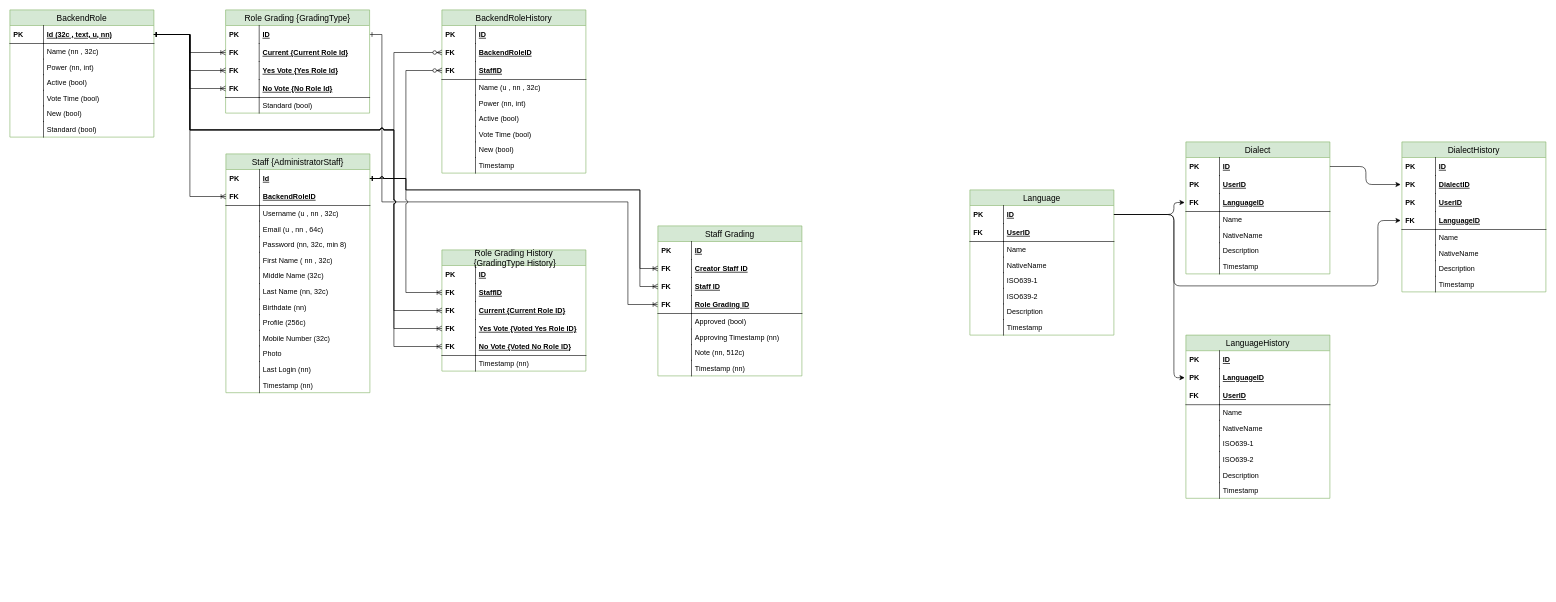
Earlier version of the draw.io diagram docs/Database Diagram.drawio (kosartofiq/Kurdish-Language). Source tidied: cells renumbered, new cells numbered last; positions are measured from the earlier drawing's top-left corner, leaving out a move shared by most shapes. Both pictures are drawn from the tidied source at 60%, with x=0, y=0 at pixel (10, 10).
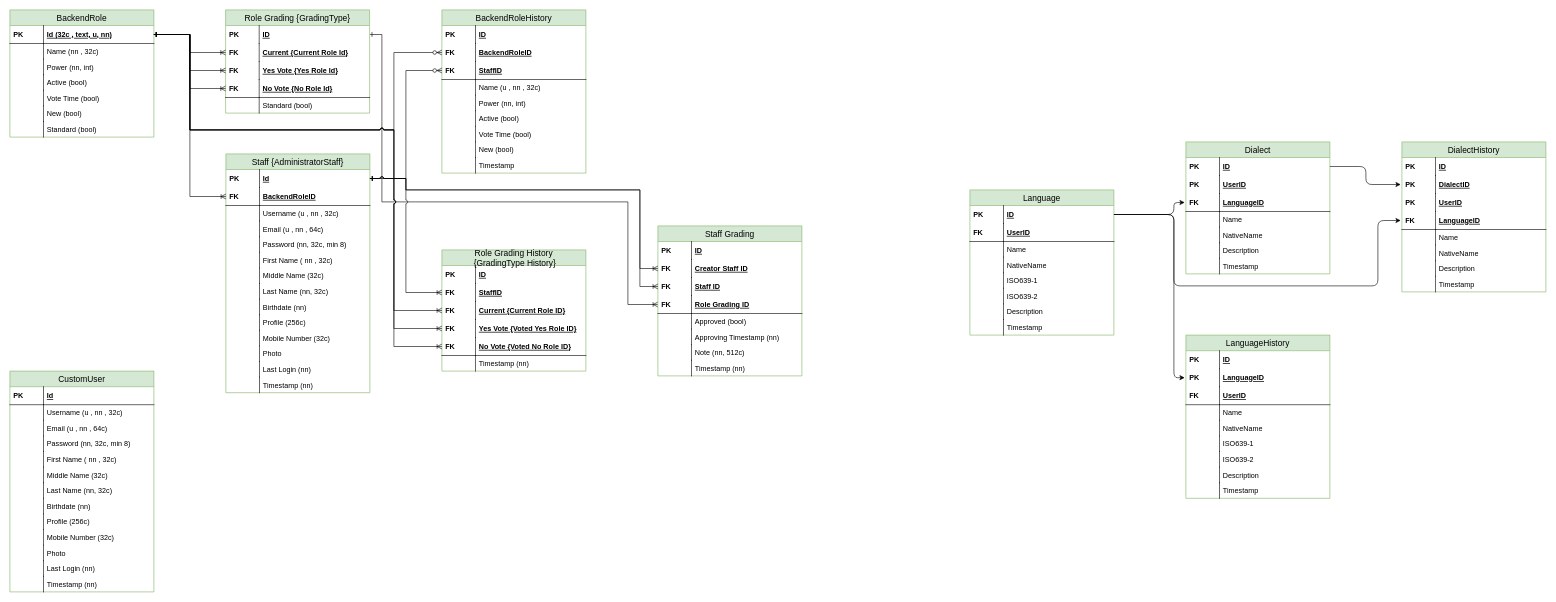
The same page after the edit.

Diff of the diagram source:
```diff
@@
+    <mxCell id="191" value="CustomUser" style="swimlane;fontStyle=0;horizontal=1;startSize=26;fillColor=#d5e8d4;swimlaneFillColor=#ffffff;align=center;fontSize=14;strokeColor=#82b366;" parent="1" vertex="1">
+      <mxGeometry y="602" width="240" height="368" as="geometry" />
+    </mxCell>
+    <mxCell id="192" value="Id" style="shape=partialRectangle;top=0;left=0;right=0;bottom=1;align=left;verticalAlign=middle;fillColor=none;spacingLeft=60;spacingRight=4;overflow=hidden;fontStyle=5;fontSize=12;" parent="191" vertex="1">
+      <mxGeometry y="26" width="240" height="30" as="geometry" />
+    </mxCell>
+    <mxCell id="193" value="PK" style="shape=partialRectangle;fontStyle=1;top=0;left=0;bottom=0;fillColor=none;align=left;verticalAlign=middle;spacingLeft=4;spacingRight=4;overflow=hidden;fontSize=12;" parent="192" vertex="1">
+      <mxGeometry width="56" height="30" as="geometry" />
+    </mxCell>
+    <mxCell id="194" value="Username (u , nn , 32c)" style="shape=partialRectangle;top=0;left=0;right=0;bottom=0;align=left;verticalAlign=top;fillColor=none;spacingLeft=60;spacingRight=4;overflow=hidden;fontSize=12;" parent="191" vertex="1">
+      <mxGeometry y="56" width="240" height="26" as="geometry" />
+    </mxCell>
+    <mxCell id="195" style="shape=partialRectangle;top=0;left=0;bottom=0;fillColor=none;align=left;verticalAlign=top;spacingLeft=4;spacingRight=4;overflow=hidden;fontSize=12;" parent="194" vertex="1">
+      <mxGeometry width="56" height="26" as="geometry" />
+    </mxCell>
+    <mxCell id="196" value="Email (u , nn , 64c)" style="shape=partialRectangle;top=0;left=0;right=0;bottom=0;align=left;verticalAlign=top;fillColor=none;spacingLeft=60;spacingRight=4;overflow=hidden;fontSize=12;" parent="191" vertex="1">
+      <mxGeometry y="82" width="240" height="26" as="geometry" />
+    </mxCell>
+    <mxCell id="197" style="shape=partialRectangle;top=0;left=0;bottom=0;fillColor=none;align=left;verticalAlign=top;spacingLeft=4;spacingRight=4;overflow=hidden;fontSize=12;" parent="196" vertex="1">
+      <mxGeometry width="56" height="26" as="geometry" />
+    </mxCell>
+    <mxCell id="198" value="Password (nn, 32c, min 8)" style="shape=partialRectangle;top=0;left=0;right=0;bottom=0;align=left;verticalAlign=top;fillColor=none;spacingLeft=60;spacingRight=4;overflow=hidden;fontSize=12;" parent="191" vertex="1">
+      <mxGeometry y="108" width="240" height="26" as="geometry" />
+    </mxCell>
+    <mxCell id="199" style="shape=partialRectangle;top=0;left=0;bottom=0;fillColor=none;align=left;verticalAlign=top;spacingLeft=4;spacingRight=4;overflow=hidden;fontSize=12;" parent="198" vertex="1">
+      <mxGeometry width="56" height="26" as="geometry" />
+    </mxCell>
+    <mxCell id="200" value="First Name ( nn , 32c)" style="shape=partialRectangle;top=0;left=0;right=0;bottom=0;align=left;verticalAlign=top;fillColor=none;spacingLeft=60;spacingRight=4;overflow=hidden;fontSize=12;" parent="191" vertex="1">
+      <mxGeometry y="134" width="240" height="26" as="geometry" />
+    </mxCell>
+    <mxCell id="201" style="shape=partialRectangle;top=0;left=0;bottom=0;fillColor=none;align=left;verticalAlign=top;spacingLeft=4;spacingRight=4;overflow=hidden;fontSize=12;" parent="200" vertex="1">
+      <mxGeometry width="56" height="26" as="geometry" />
+    </mxCell>
+    <mxCell id="202" value="Middle Name (32c)" style="shape=partialRectangle;top=0;left=0;right=0;bottom=0;align=left;verticalAlign=top;fillColor=none;spacingLeft=60;spacingRight=4;overflow=hidden;fontSize=12;" parent="191" vertex="1">
+      <mxGeometry y="160" width="240" height="26" as="geometry" />
+    </mxCell>
+    <mxCell id="203" style="shape=partialRectangle;top=0;left=0;bottom=0;fillColor=none;align=left;verticalAlign=top;spacingLeft=4;spacingRight=4;overflow=hidden;fontSize=12;" parent="202" vertex="1">
+      <mxGeometry width="56" height="26" as="geometry" />
+    </mxCell>
+    <mxCell id="204" value="Last Name (nn, 32c)" style="shape=partialRectangle;top=0;left=0;right=0;bottom=0;align=left;verticalAlign=top;fillColor=none;spacingLeft=60;spacingRight=4;overflow=hidden;fontSize=12;" parent="191" vertex="1">
+      <mxGeometry y="186" width="240" height="26" as="geometry" />
+    </mxCell>
+    <mxCell id="205" style="shape=partialRectangle;top=0;left=0;bottom=0;fillColor=none;align=left;verticalAlign=top;spacingLeft=4;spacingRight=4;overflow=hidden;fontSize=12;" parent="204" vertex="1">
+      <mxGeometry width="56" height="26" as="geometry" />
+    </mxCell>
+    <mxCell id="206" value="Birthdate (nn)" style="shape=partialRectangle;top=0;left=0;right=0;bottom=0;align=left;verticalAlign=top;fillColor=none;spacingLeft=60;spacingRight=4;overflow=hidden;fontSize=12;" parent="191" vertex="1">
+      <mxGeometry y="212" width="240" height="26" as="geometry" />
+    </mxCell>
+    <mxCell id="207" style="shape=partialRectangle;top=0;left=0;bottom=0;fillColor=none;align=left;verticalAlign=top;spacingLeft=4;spacingRight=4;overflow=hidden;fontSize=12;" parent="206" vertex="1">
+      <mxGeometry width="56" height="26" as="geometry" />
+    </mxCell>
+    <mxCell id="208" value="Profile (256c)" style="shape=partialRectangle;top=0;left=0;right=0;bottom=0;align=left;verticalAlign=top;fillColor=none;spacingLeft=60;spacingRight=4;overflow=hidden;fontSize=12;" parent="191" vertex="1">
+      <mxGeometry y="238" width="240" height="26" as="geometry" />
+    </mxCell>
+    <mxCell id="209" style="shape=partialRectangle;top=0;left=0;bottom=0;fillColor=none;align=left;verticalAlign=top;spacingLeft=4;spacingRight=4;overflow=hidden;fontSize=12;" parent="208" vertex="1">
+      <mxGeometry width="56" height="26" as="geometry" />
+    </mxCell>
+    <mxCell id="210" value="Mobile Number (32c)" style="shape=partialRectangle;top=0;left=0;right=0;bottom=0;align=left;verticalAlign=top;fillColor=none;spacingLeft=60;spacingRight=4;overflow=hidden;fontSize=12;" parent="191" vertex="1">
+      <mxGeometry y="264" width="240" height="26" as="geometry" />
+    </mxCell>
+    <mxCell id="211" style="shape=partialRectangle;top=0;left=0;bottom=0;fillColor=none;align=left;verticalAlign=top;spacingLeft=4;spacingRight=4;overflow=hidden;fontSize=12;" parent="210" vertex="1">
+      <mxGeometry width="56" height="26" as="geometry" />
+    </mxCell>
+    <mxCell id="212" value="Photo" style="shape=partialRectangle;top=0;left=0;right=0;bottom=0;align=left;verticalAlign=top;fillColor=none;spacingLeft=60;spacingRight=4;overflow=hidden;fontSize=12;" parent="191" vertex="1">
+      <mxGeometry y="290" width="240" height="26" as="geometry" />
+    </mxCell>
+    <mxCell id="213" style="shape=partialRectangle;top=0;left=0;bottom=0;fillColor=none;align=left;verticalAlign=top;spacingLeft=4;spacingRight=4;overflow=hidden;fontSize=12;" parent="212" vertex="1">
+      <mxGeometry width="56" height="26" as="geometry" />
+    </mxCell>
+    <mxCell id="214" value="Last Login (nn)" style="shape=partialRectangle;top=0;left=0;right=0;bottom=0;align=left;verticalAlign=top;fillColor=none;spacingLeft=60;spacingRight=4;overflow=hidden;fontSize=12;" parent="191" vertex="1">
+      <mxGeometry y="316" width="240" height="26" as="geometry" />
+    </mxCell>
+    <mxCell id="215" style="shape=partialRectangle;top=0;left=0;bottom=0;fillColor=none;align=left;verticalAlign=top;spacingLeft=4;spacingRight=4;overflow=hidden;fontSize=12;" parent="214" vertex="1">
+      <mxGeometry width="56" height="26" as="geometry" />
+    </mxCell>
+    <mxCell id="216" value="Timestamp (nn)" style="shape=partialRectangle;top=0;left=0;right=0;bottom=0;align=left;verticalAlign=top;fillColor=none;spacingLeft=60;spacingRight=4;overflow=hidden;fontSize=12;" parent="191" vertex="1">
+      <mxGeometry y="342" width="240" height="26" as="geometry" />
+    </mxCell>
+    <mxCell id="217" style="shape=partialRectangle;top=0;left=0;bottom=0;fillColor=none;align=left;verticalAlign=top;spacingLeft=4;spacingRight=4;overflow=hidden;fontSize=12;" parent="216" vertex="1">
+      <mxGeometry width="56" height="26" as="geometry" />
+    </mxCell>
```
